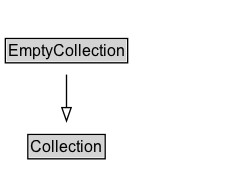
k-vaughn/ontology-import-prov keeps this Graphviz diagram as docs/diagrams/EmptyCollection.dot.png. Above is the earlier version. Its source is kept beside it as docs/diagrams/EmptyCollection.dot. Its diagram source:
```dot
digraph {
	graph [overlap=false rankdir=TB splines=true]
	node [fontname=Arial fontsize=12 margin=0 shape=none]
	edge [fontname=Arial fontsize=11]
	EmptyCollection [label=<<TABLE BORDER="1" CELLBORDER="0" CELLSPACING="0" CELLPADDING="1"><TR><TD BGCOLOR="lightgray" ALIGN="CENTER">EmptyCollection</TD></TR></TABLE>> URL="../EmptyCollection" margin=0]
	{
		rank=max
	}
	subgraph cluster_associated {
		label="" style=invis
		Invis [label=<<TABLE BORDER="0" CELLBORDER="0" CELLSPACING="0" CELLPADDING="1"><TR><TD></TD></TR></TABLE>> margin=0 style=invis]
	}
	Collection [label=<<TABLE BORDER="1" CELLBORDER="0" CELLSPACING="0" CELLPADDING="1"><TR><TD BGCOLOR="lightgray" ALIGN="CENTER">Collection</TD></TR></TABLE>> URL="../Collection" margin=0]
	EmptyCollection -> Collection [arrowhead=onormal style=solid]
}
```
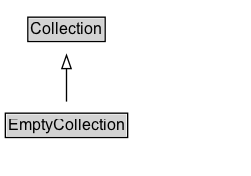
The same file after the commit.

Change to the diagram source:
```diff
@@ -2,6 +2,10 @@
 	graph [overlap=false rankdir=TB splines=true]
 	node [fontname=Arial fontsize=12 margin=0 shape=none]
 	edge [fontname=Arial fontsize=11]
+	{
+		rank=source
+		Collection [label=<<TABLE BORDER="1" CELLBORDER="0" CELLSPACING="0" CELLPADDING="1"><TR><TD BGCOLOR="lightgray" ALIGN="CENTER">Collection</TD></TR></TABLE>> URL="../Collection" margin=0]
+	}
 	EmptyCollection [label=<<TABLE BORDER="1" CELLBORDER="0" CELLSPACING="0" CELLPADDING="1"><TR><TD BGCOLOR="lightgray" ALIGN="CENTER">EmptyCollection</TD></TR></TABLE>> URL="../EmptyCollection" margin=0]
 	{
 		rank=max
@@ -10,6 +14,5 @@
 		label="" style=invis
 		Invis [label=<<TABLE BORDER="0" CELLBORDER="0" CELLSPACING="0" CELLPADDING="1"><TR><TD></TD></TR></TABLE>> margin=0 style=invis]
 	}
-	Collection [label=<<TABLE BORDER="1" CELLBORDER="0" CELLSPACING="0" CELLPADDING="1"><TR><TD BGCOLOR="lightgray" ALIGN="CENTER">Collection</TD></TR></TABLE>> URL="../Collection" margin=0]
 	EmptyCollection -> Collection [arrowhead=onormal style=solid]
 }
```
